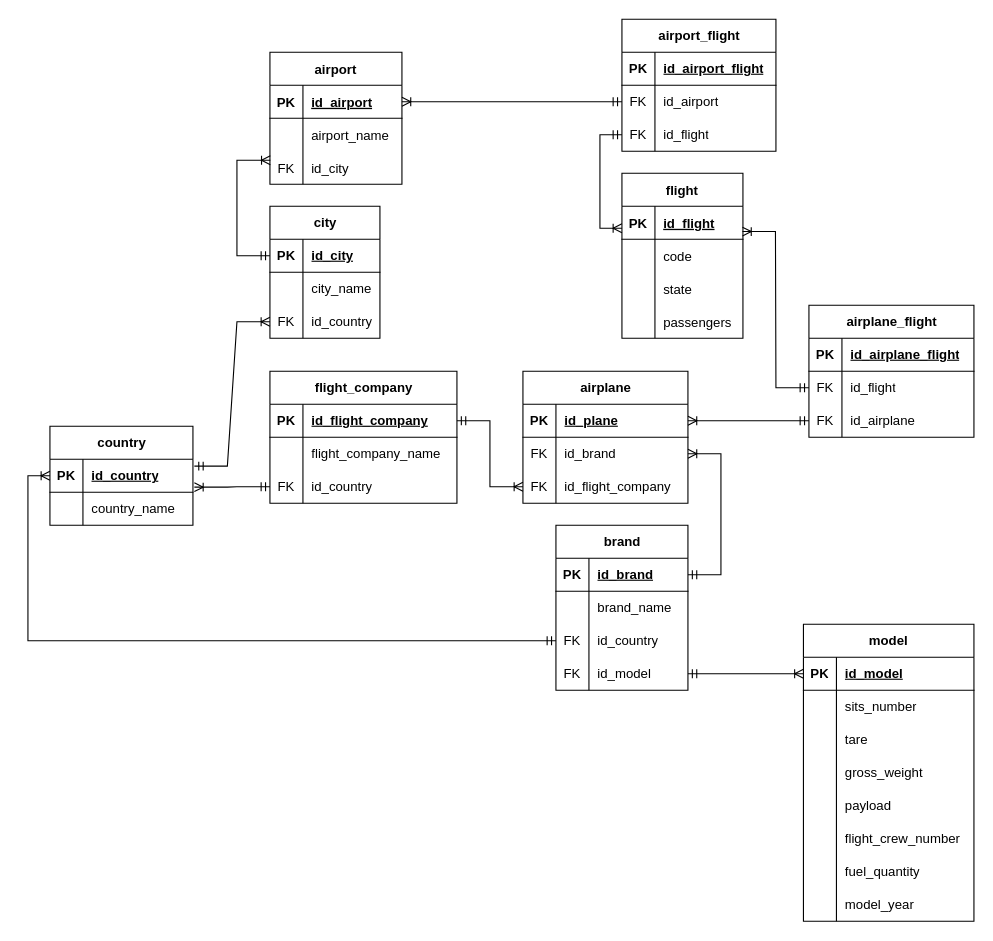
Above: DiagramaUR_FlightRadar.drawio in DanielDuarte-Developer/ProjetoBDFlightRadar (draw.io), before the change. Source tidied: cells renumbered, new cells numbered last; positions are measured from the earlier drawing's top-left corner, leaving out a move shared by most shapes. Both pictures are drawn from the tidied source at 110%, with x=0, y=0 at pixel (28, 19).
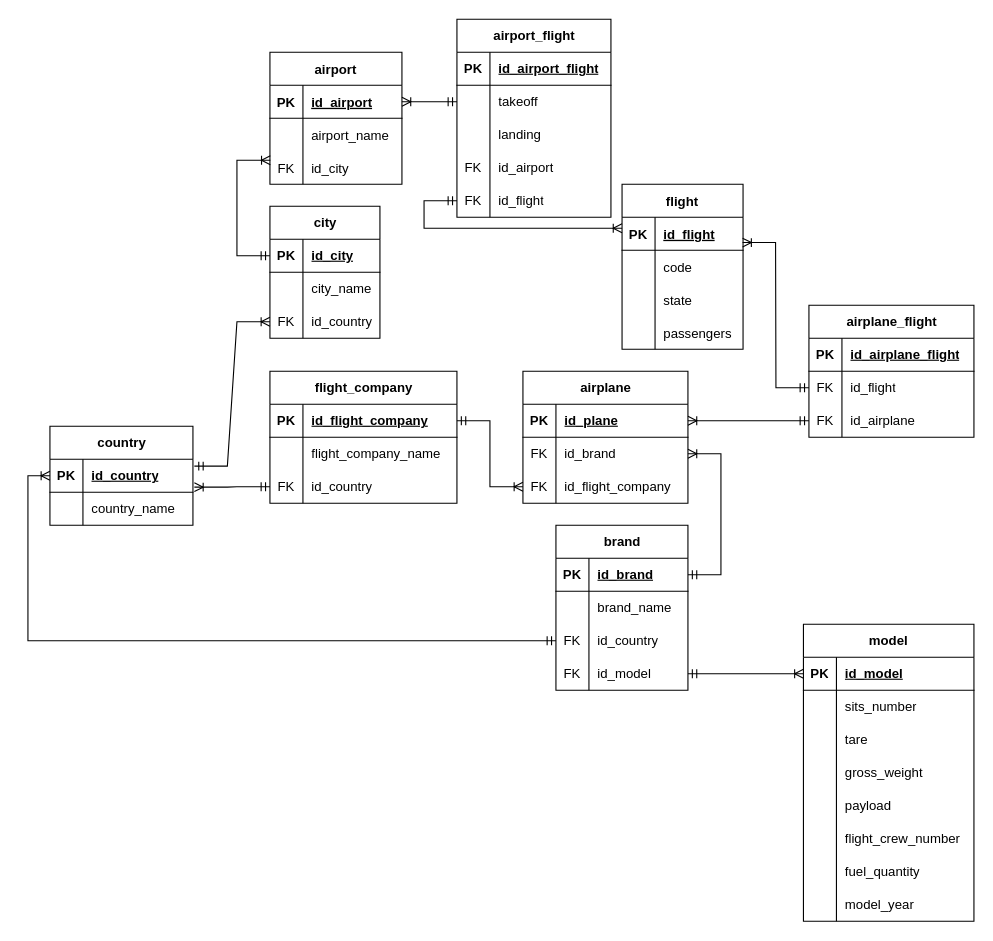
After the change.

Commit message:
Added takeoff and landing

The change refers to these unchanged cells:
```xml
<mxCell id="3" style="shape=partialRectangle;fillColor=none;points=[[0,0.5],[1,0.5]];portConstraint=eastwest;top=0;left=0;right=0;bottom=1;" parent="2" vertex="1">
  <mxGeometry y="30" width="110" height="30" as="geometry" />
</mxCell>
<mxCell id="104" style="shape=tableRow;horizontal=0;startSize=0;swimlaneHead=0;swimlaneBody=0;fillColor=none;points=[[0,0.5],[1,0.5]];portConstraint=eastwest;top=0;left=0;right=0;bottom=0;" parent="100" vertex="1">
  <mxGeometry y="60" width="140" height="30" as="geometry" />
</mxCell>
```

The edit, as a diff of the source:
```diff
@@
     <mxCell id="2" value="flight" style="shape=table;startSize=30;childLayout=tableLayout;rowLines=0;fontStyle=1;align=center;" parent="1" vertex="1">
-      <mxGeometry x="539.9" y="140" width="110" height="150" as="geometry" />
+      <mxGeometry x="540" y="150" width="110" height="150" as="geometry" />
     </mxCell>
@@
     <mxCell id="100" value="airport_flight" style="shape=table;startSize=30;childLayout=tableLayout;rowLines=0;fontStyle=1;align=center;html=1;" parent="1" vertex="1">
-      <mxGeometry x="539.9" width="140" height="120" as="geometry" />
+      <mxGeometry x="389.9" width="140" height="180" as="geometry" />
     </mxCell>
@@
-    <mxCell id="105" value="FK" style="shape=partialRectangle;fillColor=none;top=0;left=0;bottom=0;right=0;overflow=hidden;whiteSpace=wrap;html=1;" parent="104" vertex="1">
+    <mxCell id="105" style="shape=partialRectangle;fillColor=none;top=0;left=0;bottom=0;right=0;overflow=hidden;whiteSpace=wrap;html=1;" parent="104" vertex="1">
       <mxGeometry width="30" height="30" as="geometry" />
     </mxCell>
-    <mxCell id="106" value="id_airport" style="shape=partialRectangle;fillColor=none;top=0;left=0;bottom=0;right=0;align=left;spacingLeft=6;overflow=hidden;whiteSpace=wrap;html=1;" parent="104" vertex="1">
+    <mxCell id="106" value="takeoff" style="shape=partialRectangle;fillColor=none;top=0;left=0;bottom=0;right=0;align=left;spacingLeft=6;overflow=hidden;whiteSpace=wrap;html=1;" parent="104" vertex="1">
       <mxGeometry x="30" width="110" height="30" as="geometry" />
     </mxCell>
+    <mxCell id="131" style="shape=tableRow;horizontal=0;startSize=0;swimlaneHead=0;swimlaneBody=0;fillColor=none;top=0;left=0;right=0;bottom=0;" parent="100" vertex="1">
+      <mxGeometry y="90" width="140" height="30" as="geometry" />
+    </mxCell>
+    <mxCell id="132" style="shape=partialRectangle;fillColor=none;top=0;left=0;bottom=0;right=0;overflow=hidden;whiteSpace=wrap;html=1;" parent="131" vertex="1">
+      <mxGeometry width="30" height="30" as="geometry" />
+    </mxCell>
+    <mxCell id="133" value="&lt;div&gt;landing&lt;/div&gt;" style="shape=partialRectangle;fillColor=none;top=0;left=0;bottom=0;right=0;align=left;spacingLeft=6;overflow=hidden;whiteSpace=wrap;html=1;" parent="131" vertex="1">
+      <mxGeometry x="30" width="110" height="30" as="geometry" />
+    </mxCell>
+    <mxCell id="134" style="shape=tableRow;horizontal=0;startSize=0;swimlaneHead=0;swimlaneBody=0;fillColor=none;top=0;left=0;right=0;bottom=0;" parent="100" vertex="1">
+      <mxGeometry y="120" width="140" height="30" as="geometry" />
+    </mxCell>
+    <mxCell id="135" value="FK" style="shape=partialRectangle;fillColor=none;top=0;left=0;bottom=0;right=0;overflow=hidden;whiteSpace=wrap;html=1;" parent="134" vertex="1">
+      <mxGeometry width="30" height="30" as="geometry" />
+    </mxCell>
+    <mxCell id="136" value="id_airport" style="shape=partialRectangle;fillColor=none;top=0;left=0;bottom=0;right=0;align=left;spacingLeft=6;overflow=hidden;whiteSpace=wrap;html=1;" parent="134" vertex="1">
+      <mxGeometry x="30" width="110" height="30" as="geometry" />
+    </mxCell>
     <mxCell id="107" style="shape=tableRow;horizontal=0;startSize=0;swimlaneHead=0;swimlaneBody=0;fillColor=none;points=[[0,0.5],[1,0.5]];portConstraint=eastwest;top=0;left=0;right=0;bottom=0;" parent="100" vertex="1">
-      <mxGeometry y="90" width="140" height="30" as="geometry" />
+      <mxGeometry y="150" width="140" height="30" as="geometry" />
     </mxCell>
@@
     <mxCell id="110" style="edgeStyle=orthogonalEdgeStyle;fontSize=12;html=1;endArrow=ERoneToMany;startArrow=ERmandOne;rounded=0;exitX=0;exitY=0.5;exitDx=0;exitDy=0;" parent="1" edge="1" source="107" target="3">
       <mxGeometry relative="1" as="geometry">
         <Array as="points">
-          <mxPoint x="519.9" y="105" />
-          <mxPoint x="519.9" y="190" />
+          <mxPoint x="360" y="165" />
+          <mxPoint x="360" y="190" />
         </Array>
       </mxGeometry>
     </mxCell>
```
